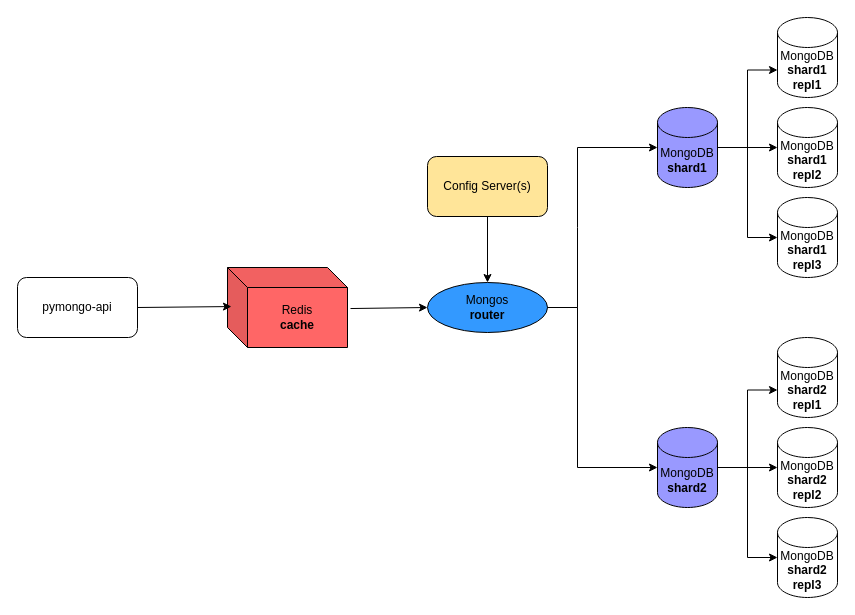
The draw.io diagram task1_3.drawio in kihana/architecture-sprint-2, before the edit. Source tidied: cells renumbered, new cells numbered last; positions are measured from the earlier drawing's top-left corner, leaving out a move shared by most shapes. Both pictures are drawn from the tidied source at 100%, with x=0, y=0 at pixel (17, 17).
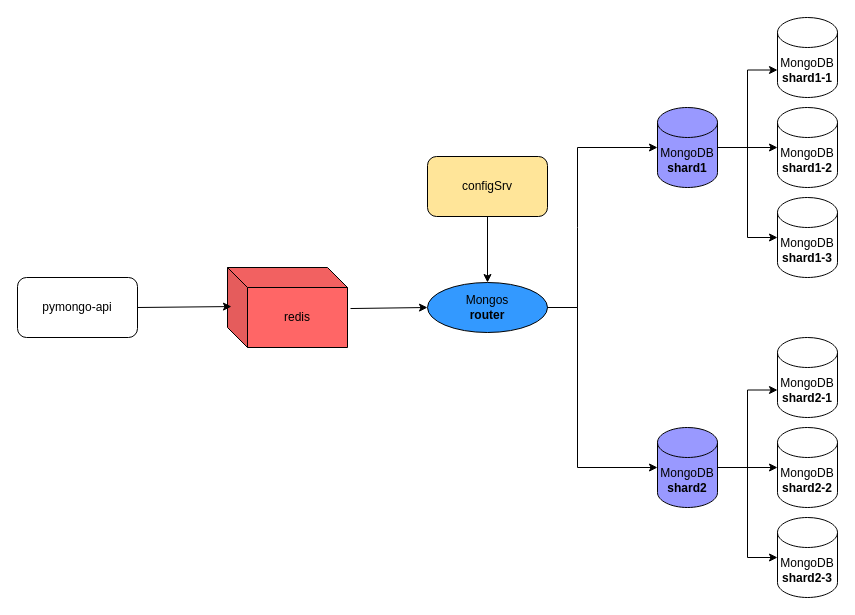
After the change.

Diff of the diagram source:
```diff
@@
-    <mxCell id="8" value="Config Server(s)" style="rounded=1;whiteSpace=wrap;html=1;fillColor=#FFE599;" parent="1" vertex="1">
+    <mxCell id="8" value="configSrv" style="rounded=1;whiteSpace=wrap;html=1;fillColor=#FFE599;" parent="1" vertex="1">
       <mxGeometry x="410" y="139" width="120" height="60" as="geometry" />
     </mxCell>
@@
-    <mxCell id="10" value="&lt;div&gt;MongoDB&lt;/div&gt;&lt;div&gt;&lt;b&gt;shard1&lt;/b&gt;&lt;/div&gt;&lt;div&gt;&lt;b&gt;repl1&lt;/b&gt;&lt;br&gt;&lt;/div&gt;" style="shape=cylinder3;whiteSpace=wrap;html=1;boundedLbl=1;backgroundOutline=1;size=15;" parent="1" vertex="1">
+    <mxCell id="10" value="&lt;div&gt;MongoDB&lt;/div&gt;&lt;div&gt;&lt;b&gt;shard1-1&lt;/b&gt;&lt;/div&gt;" style="shape=cylinder3;whiteSpace=wrap;html=1;boundedLbl=1;backgroundOutline=1;size=15;" parent="1" vertex="1">
       <mxGeometry x="760" width="60" height="80" as="geometry" />
     </mxCell>
-    <mxCell id="11" value="&lt;div&gt;MongoDB&lt;/div&gt;&lt;div&gt;&lt;b&gt;shard1&lt;/b&gt;&lt;/div&gt;&lt;div&gt;&lt;b&gt;repl2&lt;/b&gt;&lt;br&gt;&lt;/div&gt;" style="shape=cylinder3;whiteSpace=wrap;html=1;boundedLbl=1;backgroundOutline=1;size=15;" parent="1" vertex="1">
+    <mxCell id="11" value="&lt;div&gt;MongoDB&lt;/div&gt;&lt;div&gt;&lt;b&gt;shard1-2&lt;/b&gt;&lt;/div&gt;" style="shape=cylinder3;whiteSpace=wrap;html=1;boundedLbl=1;backgroundOutline=1;size=15;" parent="1" vertex="1">
       <mxGeometry x="760" y="90" width="60" height="80" as="geometry" />
     </mxCell>
-    <mxCell id="12" value="&lt;div&gt;MongoDB&lt;/div&gt;&lt;div&gt;&lt;b&gt;shard1&lt;/b&gt;&lt;/div&gt;&lt;div&gt;&lt;b&gt;repl3&lt;/b&gt;&lt;br&gt;&lt;/div&gt;" style="shape=cylinder3;whiteSpace=wrap;html=1;boundedLbl=1;backgroundOutline=1;size=15;" parent="1" vertex="1">
+    <mxCell id="12" value="&lt;div&gt;MongoDB&lt;/div&gt;&lt;div&gt;&lt;b&gt;shard1-3&lt;/b&gt;&lt;/div&gt;" style="shape=cylinder3;whiteSpace=wrap;html=1;boundedLbl=1;backgroundOutline=1;size=15;" parent="1" vertex="1">
       <mxGeometry x="760" y="180" width="60" height="80" as="geometry" />
     </mxCell>
-    <mxCell id="13" value="&lt;div&gt;MongoDB&lt;/div&gt;&lt;div&gt;&lt;b&gt;shard2&lt;/b&gt;&lt;/div&gt;&lt;div&gt;&lt;b&gt;repl2&lt;br&gt;&lt;/b&gt;&lt;/div&gt;" style="shape=cylinder3;whiteSpace=wrap;html=1;boundedLbl=1;backgroundOutline=1;size=15;" parent="1" vertex="1">
+    <mxCell id="13" value="&lt;div&gt;MongoDB&lt;/div&gt;&lt;div&gt;&lt;b&gt;shard2-2&lt;/b&gt;&lt;/div&gt;" style="shape=cylinder3;whiteSpace=wrap;html=1;boundedLbl=1;backgroundOutline=1;size=15;" parent="1" vertex="1">
       <mxGeometry x="760" y="410" width="60" height="80" as="geometry" />
     </mxCell>
-    <mxCell id="14" value="&lt;div&gt;MongoDB&lt;/div&gt;&lt;div&gt;&lt;b&gt;shard2&lt;br&gt;&lt;/b&gt;&lt;/div&gt;&lt;div&gt;&lt;b&gt;repl1&lt;/b&gt;&lt;br&gt;&lt;/div&gt;" style="shape=cylinder3;whiteSpace=wrap;html=1;boundedLbl=1;backgroundOutline=1;size=15;" parent="1" vertex="1">
+    <mxCell id="14" value="&lt;div&gt;MongoDB&lt;/div&gt;&lt;div&gt;&lt;b&gt;shard2-1&lt;br&gt;&lt;/b&gt;&lt;/div&gt;" style="shape=cylinder3;whiteSpace=wrap;html=1;boundedLbl=1;backgroundOutline=1;size=15;" parent="1" vertex="1">
       <mxGeometry x="760" y="320" width="60" height="80" as="geometry" />
     </mxCell>
-    <mxCell id="15" value="&lt;div&gt;MongoDB&lt;/div&gt;&lt;div&gt;&lt;b&gt;shard2&lt;/b&gt;&lt;/div&gt;&lt;div&gt;&lt;b&gt;repl3&lt;br&gt;&lt;/b&gt;&lt;/div&gt;" style="shape=cylinder3;whiteSpace=wrap;html=1;boundedLbl=1;backgroundOutline=1;size=15;" parent="1" vertex="1">
+    <mxCell id="15" value="&lt;div&gt;MongoDB&lt;/div&gt;&lt;div&gt;&lt;b&gt;shard2-3&lt;/b&gt;&lt;/div&gt;" style="shape=cylinder3;whiteSpace=wrap;html=1;boundedLbl=1;backgroundOutline=1;size=15;" parent="1" vertex="1">
       <mxGeometry x="760" y="500" width="60" height="80" as="geometry" />
     </mxCell>
@@
-    <mxCell id="22" value="&lt;div&gt;Redis&lt;/div&gt;&lt;div&gt;&lt;b&gt;cache&lt;/b&gt;&lt;br&gt;&lt;/div&gt;" style="shape=cube;whiteSpace=wrap;html=1;boundedLbl=1;backgroundOutline=1;darkOpacity=0.05;darkOpacity2=0.1;fillColor=#FF6666;" parent="1" vertex="1">
+    <mxCell id="22" value="redis" style="shape=cube;whiteSpace=wrap;html=1;boundedLbl=1;backgroundOutline=1;darkOpacity=0.05;darkOpacity2=0.1;fillColor=#FF6666;" parent="1" vertex="1">
       <mxGeometry x="210" y="250" width="120" height="80" as="geometry" />
     </mxCell>
```
